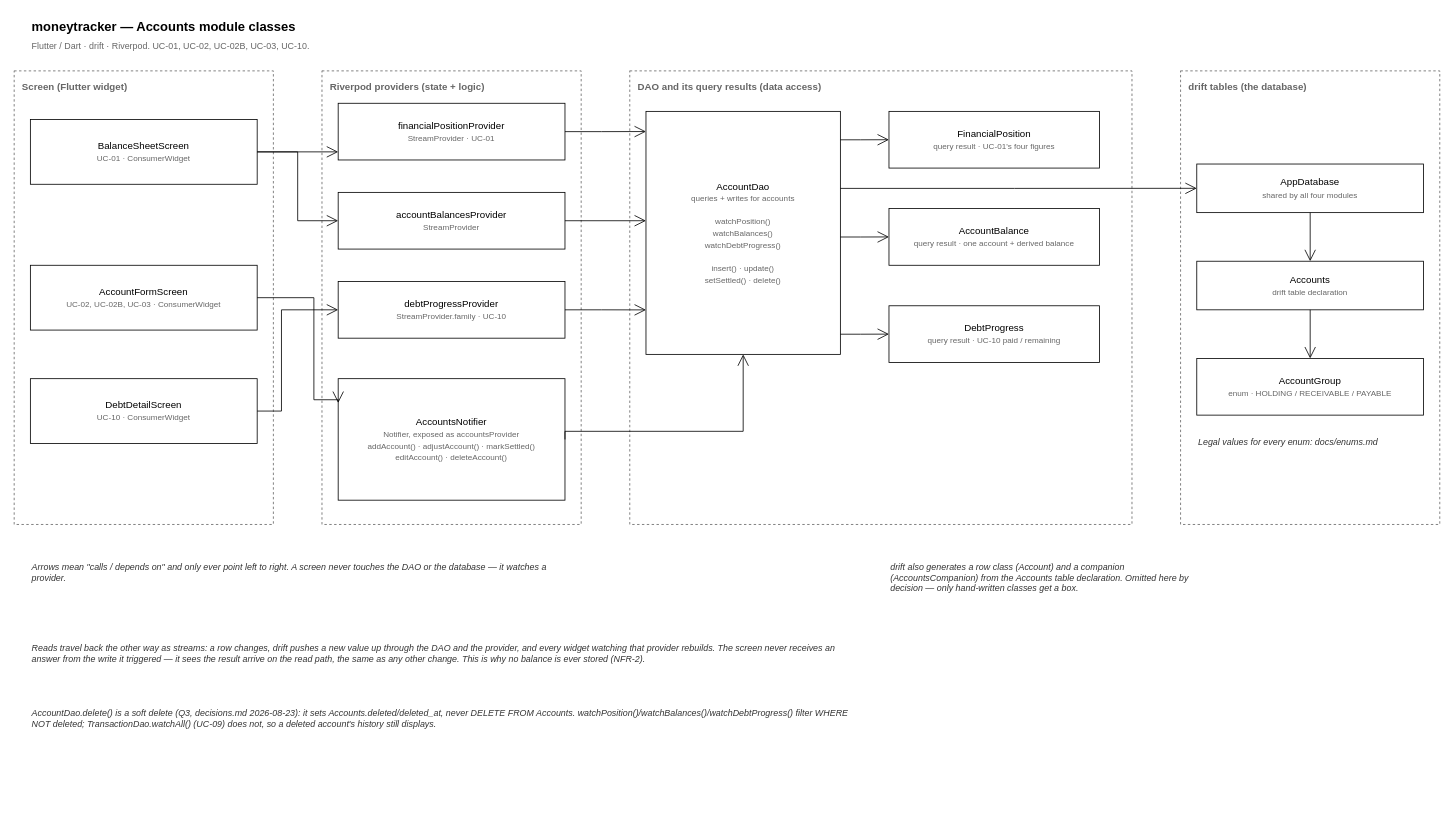
This is docs/diagrams/class-accounts.drawio from EldwinPr/uangsaku, a draw.io file, before an edit. Source tidied: cells renumbered, new cells numbered last; positions are measured from the earlier drawing's top-left corner, leaving out a move shared by most shapes. Both pictures are drawn from the tidied source at 81%, with x=0, y=0 at pixel (14, 14).
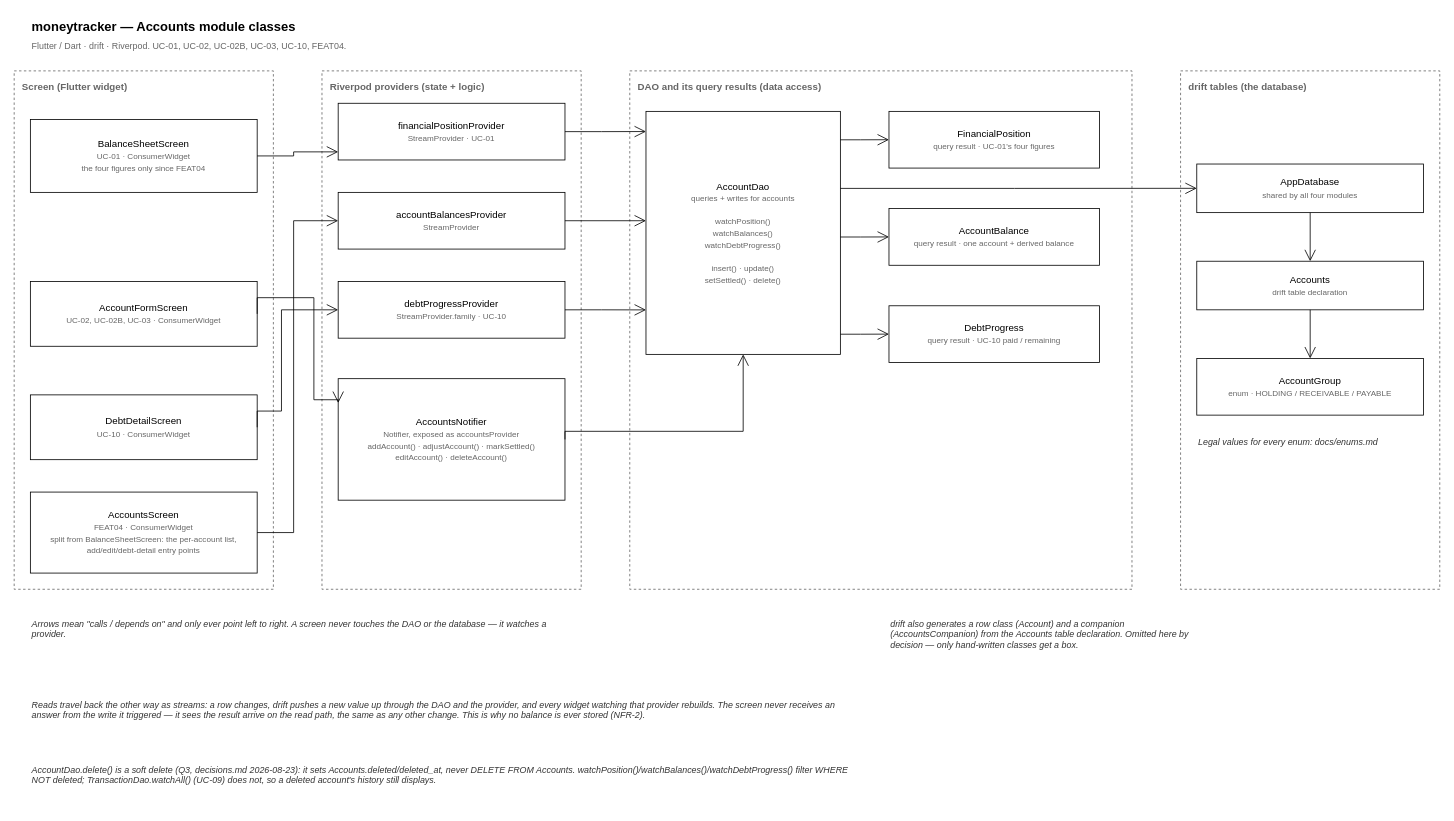
The same page after the edit.

Commit message:
class-accounts.drawio: add AccountsScreen, prep for FEAT04's screen split

The change refers to these unchanged cells:
```xml
<mxCell id="12" value="accountBalancesProvider&lt;br&gt;&lt;font style=&quot;font-size:10px&quot; color=&quot;#666666&quot;&gt;StreamProvider&lt;/font&gt;" style="rounded=0;whiteSpace=wrap;html=1;" parent="1" vertex="1">
  <mxGeometry x="400" y="220" width="280" height="70" as="geometry" />
</mxCell>
```

What changed in the source:
```diff
@@
-    <mxCell id="3" value="Flutter / Dart · drift · Riverpod. UC-01, UC-02, UC-02B, UC-03, UC-10." style="text;html=1;align=left;verticalAlign=middle;fontSize=11;fontColor=#666666;" parent="1" vertex="1">
+    <mxCell id="3" value="Flutter / Dart · drift · Riverpod. UC-01, UC-02, UC-02B, UC-03, UC-10, FEAT04." style="text;html=1;align=left;verticalAlign=middle;fontSize=11;fontColor=#666666;" parent="1" vertex="1">
       <mxGeometry x="20" y="30" width="700" height="20" as="geometry" />
     </mxCell>
     <mxCell id="4" value="Screen (Flutter widget)" style="rounded=0;whiteSpace=wrap;html=1;dashed=1;fillColor=none;strokeColor=#666666;verticalAlign=top;align=left;spacingLeft=8;spacingTop=6;fontStyle=1;fontColor=#666666;" parent="1" vertex="1">
-      <mxGeometry y="70" width="320" height="560" as="geometry" />
+      <mxGeometry y="70" width="320" height="640" as="geometry" />
     </mxCell>
     <mxCell id="5" value="Riverpod providers (state + logic)" style="rounded=0;whiteSpace=wrap;html=1;dashed=1;fillColor=none;strokeColor=#666666;verticalAlign=top;align=left;spacingLeft=8;spacingTop=6;fontStyle=1;fontColor=#666666;" parent="1" vertex="1">
-      <mxGeometry x="380" y="70" width="320" height="560" as="geometry" />
+      <mxGeometry x="380" y="70" width="320" height="640" as="geometry" />
     </mxCell>
     <mxCell id="6" value="DAO and its query results (data access)" style="rounded=0;whiteSpace=wrap;html=1;dashed=1;fillColor=none;strokeColor=#666666;verticalAlign=top;align=left;spacingLeft=8;spacingTop=6;fontStyle=1;fontColor=#666666;" parent="1" vertex="1">
-      <mxGeometry x="760" y="70" width="620" height="560" as="geometry" />
+      <mxGeometry x="760" y="70" width="620" height="640" as="geometry" />
     </mxCell>
     <mxCell id="7" value="drift tables (the database)" style="rounded=0;whiteSpace=wrap;html=1;dashed=1;fillColor=none;strokeColor=#666666;verticalAlign=top;align=left;spacingLeft=8;spacingTop=6;fontStyle=1;fontColor=#666666;" parent="1" vertex="1">
-      <mxGeometry x="1440" y="70" width="320" height="560" as="geometry" />
+      <mxGeometry x="1440" y="70" width="320" height="640" as="geometry" />
     </mxCell>
-    <mxCell id="8" value="BalanceSheetScreen&lt;br&gt;&lt;font style=&quot;font-size:10px&quot; color=&quot;#666666&quot;&gt;UC-01 · ConsumerWidget&lt;/font&gt;" style="rounded=0;whiteSpace=wrap;html=1;" parent="1" vertex="1">
-      <mxGeometry x="20" y="130" width="280" height="80" as="geometry" />
+    <mxCell id="8" value="BalanceSheetScreen&lt;br&gt;&lt;font style=&quot;font-size:10px&quot; color=&quot;#666666&quot;&gt;UC-01 · ConsumerWidget&lt;br&gt;the four figures only since FEAT04&lt;/font&gt;" style="rounded=0;whiteSpace=wrap;html=1;" parent="1" vertex="1">
+      <mxGeometry x="20" y="130" width="280" height="90" as="geometry" />
     </mxCell>
     <mxCell id="9" value="AccountFormScreen&lt;br&gt;&lt;font style=&quot;font-size:10px&quot; color=&quot;#666666&quot;&gt;UC-02, UC-02B, UC-03 · ConsumerWidget&lt;/font&gt;" style="rounded=0;whiteSpace=wrap;html=1;" parent="1" vertex="1">
-      <mxGeometry x="20" y="310" width="280" height="80" as="geometry" />
+      <mxGeometry x="20" y="330" width="280" height="80" as="geometry" />
     </mxCell>
     <mxCell id="10" value="DebtDetailScreen&lt;br&gt;&lt;font style=&quot;font-size:10px&quot; color=&quot;#666666&quot;&gt;UC-10 · ConsumerWidget&lt;/font&gt;" style="rounded=0;whiteSpace=wrap;html=1;" parent="1" vertex="1">
-      <mxGeometry x="20" y="450" width="280" height="80" as="geometry" />
+      <mxGeometry x="20" y="470" width="280" height="80" as="geometry" />
     </mxCell>
+    <mxCell id="41" value="AccountsScreen&lt;br&gt;&lt;font style=&quot;font-size:10px&quot; color=&quot;#666666&quot;&gt;FEAT04 · ConsumerWidget&lt;br&gt;split from BalanceSheetScreen: the per-account list, add/edit/debt-detail entry points&lt;/font&gt;" style="rounded=0;whiteSpace=wrap;html=1;" parent="1" vertex="1">
+      <mxGeometry x="20" y="590" width="280" height="100" as="geometry" />
+    </mxCell>
@@
-    <mxCell id="23" style="edgeStyle=orthogonalEdgeStyle;rounded=0;jettySize=auto;html=1;endArrow=open;endSize=12;exitX=1;exitY=0.5;exitDx=0;exitDy=0;entryX=0;entryY=0.5;entryDx=0;entryDy=0;" parent="1" edge="1" source="8" target="12">
-      <mxGeometry relative="1" as="geometry">
-        <Array as="points">
-          <mxPoint x="350" y="170" />
-          <mxPoint x="350" y="255" />
-        </Array>
-      </mxGeometry>
+    <mxCell id="23" style="edgeStyle=orthogonalEdgeStyle;rounded=0;jettySize=auto;html=1;endArrow=open;endSize=12;exitX=1;exitY=0.5;exitDx=0;exitDy=0;entryX=0;entryY=0.5;entryDx=0;entryDy=0;" parent="1" edge="1" source="41" target="12">
+      <mxGeometry relative="1" as="geometry" />
     </mxCell>
@@
     <mxCell id="36" value="Arrows mean &quot;calls / depends on&quot; and only ever point left to right. A screen never touches the DAO or the database — it watches a provider." style="text;html=1;align=left;verticalAlign=top;fontSize=11;fontColor=#333333;fontStyle=2;whiteSpace=wrap;" parent="1" vertex="1">
-      <mxGeometry x="20" y="670" width="660" height="60" as="geometry" />
+      <mxGeometry x="20" y="740" width="660" height="60" as="geometry" />
     </mxCell>
     <mxCell id="37" value="drift also generates a row class (Account) and a companion (AccountsCompanion) from the Accounts table declaration. Omitted here by decision — only hand-written classes get a box." style="text;html=1;align=left;verticalAlign=top;fontSize=11;fontColor=#333333;fontStyle=2;whiteSpace=wrap;" parent="1" vertex="1">
-      <mxGeometry x="1080" y="670" width="380" height="90" as="geometry" />
+      <mxGeometry x="1080" y="740" width="380" height="90" as="geometry" />
     </mxCell>
     <mxCell id="38" value="Reads travel back the other way as streams: a row changes, drift pushes a new value up through the DAO and the provider, and every widget watching that provider rebuilds. The screen never receives an answer from the write it triggered — it sees the result arrive on the read path, the same as any other change. This is why no balance is ever stored (NFR-2)." style="text;html=1;align=left;verticalAlign=top;fontSize=11;fontColor=#333333;fontStyle=2;whiteSpace=wrap;" parent="1" vertex="1">
-      <mxGeometry x="20" y="770" width="1020" height="70" as="geometry" />
+      <mxGeometry x="20" y="840" width="1020" height="70" as="geometry" />
     </mxCell>
@@
     <mxCell id="40" value="AccountDao.delete() is a soft delete (Q3, decisions.md 2026-08-23): it sets Accounts.deleted/deleted_at, never DELETE FROM Accounts. watchPosition()/watchBalances()/watchDebtProgress() filter WHERE NOT deleted; TransactionDao.watchAll() (UC-09) does not, so a deleted account's history still displays." style="text;html=1;align=left;verticalAlign=top;fontSize=11;fontColor=#333333;fontStyle=2;whiteSpace=wrap;" parent="1" vertex="1">
-      <mxGeometry x="20" y="850" width="1020" height="60" as="geometry" />
+      <mxGeometry x="20" y="920" width="1020" height="60" as="geometry" />
     </mxCell>
```
